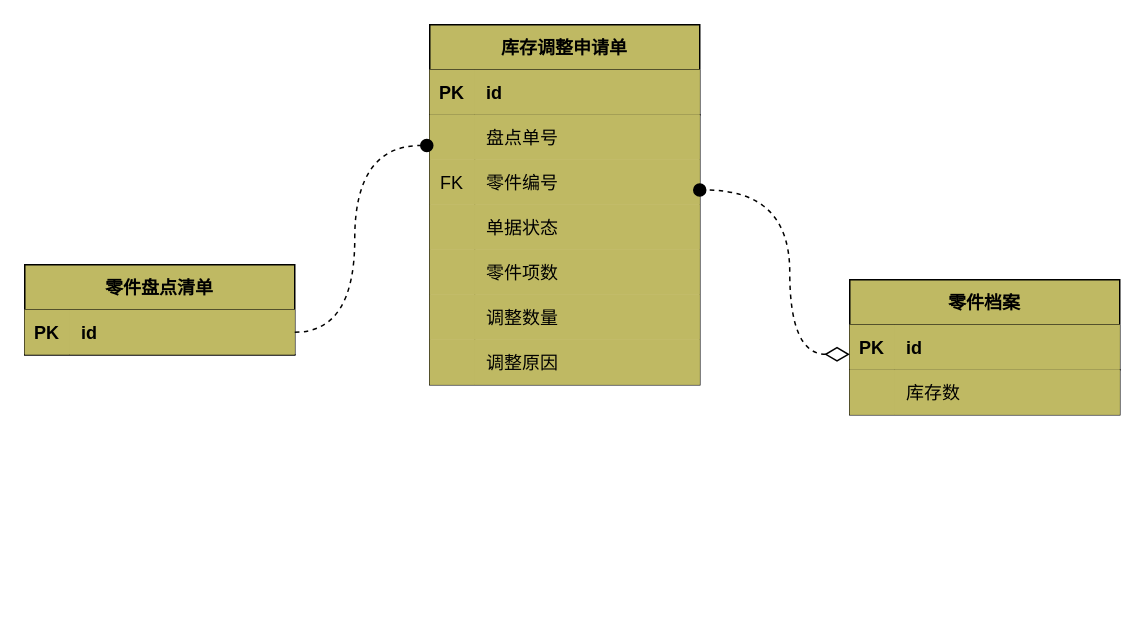
The draw.io diagram page "库存调整申请单-聚合根" (4 of 4) of 库存调整申请单.drawio in 1132489442/gitRepository1, before the edit. Source tidied: cells renumbered, new cells numbered last; positions are measured from the earlier drawing's top-left corner, leaving out a move shared by most shapes. Both pictures are drawn from the tidied source at 150%, with x=0, y=0 at pixel (24, 24).
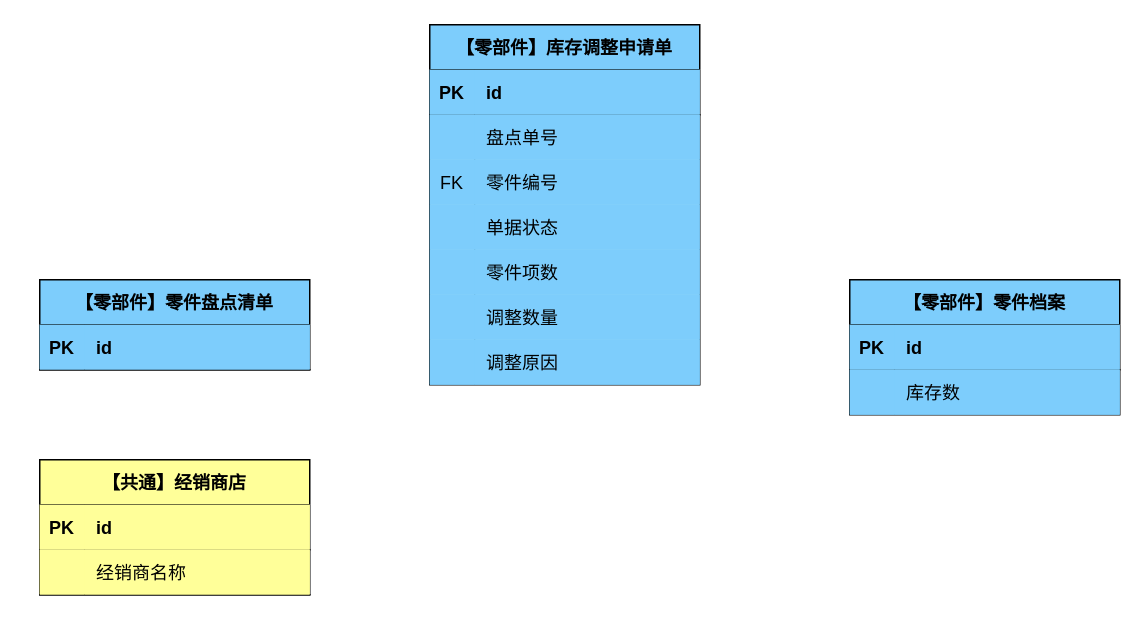
Above is the later version.

The edit, as a diff of the source:
```diff
@@
-    <mxCell id="2" value="库存调整申请单" style="shape=table;startSize=30;childLayout=tableLayout;rowLines=0;fontStyle=1;align=center;fillColor=#BFB963;" parent="1" vertex="1">
+    <mxCell id="2" value="【零部件】库存调整申请单" style="shape=table;startSize=30;childLayout=tableLayout;rowLines=0;fontStyle=1;align=center;fillColor=#7DCDFC;" parent="1" vertex="1">
       <mxGeometry x="270" width="180" height="240" as="geometry" />
     </mxCell>
-    <mxCell id="3" style="shape=tableRow;horizontal=0;startSize=0;swimlaneHead=0;swimlaneBody=0;fillColor=#BFB963;top=0;left=0;right=0;bottom=1;" parent="2" vertex="1">
+    <mxCell id="3" style="shape=tableRow;horizontal=0;startSize=0;swimlaneHead=0;swimlaneBody=0;fillColor=#7DCDFC;top=0;left=0;right=0;bottom=1;" parent="2" vertex="1">
       <mxGeometry y="30" width="180" height="30" as="geometry" />
     </mxCell>
-    <mxCell id="4" value="PK" style="shape=partialRectangle;fillColor=#BFB963;top=0;left=0;bottom=0;right=0;fontStyle=1;overflow=hidden;" parent="3" vertex="1">
+    <mxCell id="4" value="PK" style="shape=partialRectangle;fillColor=#7DCDFC;top=0;left=0;bottom=0;right=0;fontStyle=1;overflow=hidden;" parent="3" vertex="1">
       <mxGeometry width="30" height="30" as="geometry" />
     </mxCell>
-    <mxCell id="5" value="id" style="shape=partialRectangle;fillColor=#BFB963;top=0;left=0;bottom=0;right=0;align=left;spacingLeft=6;fontStyle=1;overflow=hidden;" parent="3" vertex="1">
+    <mxCell id="5" value="id" style="shape=partialRectangle;fillColor=#7DCDFC;top=0;left=0;bottom=0;right=0;align=left;spacingLeft=6;fontStyle=1;overflow=hidden;" parent="3" vertex="1">
       <mxGeometry x="30" width="150" height="30" as="geometry" />
     </mxCell>
-    <mxCell id="6" style="shape=tableRow;horizontal=0;startSize=0;swimlaneHead=0;swimlaneBody=0;fillColor=#BFB963;points=[[0,0.5],[1,0.5]];portConstraint=eastwest;top=0;left=0;right=0;bottom=0;" parent="2" vertex="1">
+    <mxCell id="6" style="shape=tableRow;horizontal=0;startSize=0;swimlaneHead=0;swimlaneBody=0;fillColor=#7DCDFC;points=[[0,0.5],[1,0.5]];portConstraint=eastwest;top=0;left=0;right=0;bottom=0;" parent="2" vertex="1">
       <mxGeometry y="60" width="180" height="30" as="geometry" />
     </mxCell>
-    <mxCell id="7" style="shape=partialRectangle;fillColor=#BFB963;top=0;left=0;bottom=0;right=0;overflow=hidden;" parent="6" vertex="1">
+    <mxCell id="7" style="shape=partialRectangle;fillColor=#7DCDFC;top=0;left=0;bottom=0;right=0;overflow=hidden;" parent="6" vertex="1">
       <mxGeometry width="30" height="30" as="geometry" />
     </mxCell>
-    <mxCell id="8" value="盘点单号" style="shape=partialRectangle;fillColor=#BFB963;top=0;left=0;bottom=0;right=0;align=left;spacingLeft=6;overflow=hidden;" parent="6" vertex="1">
+    <mxCell id="8" value="盘点单号" style="shape=partialRectangle;fillColor=#7DCDFC;top=0;left=0;bottom=0;right=0;align=left;spacingLeft=6;overflow=hidden;" parent="6" vertex="1">
       <mxGeometry x="30" width="150" height="30" as="geometry" />
     </mxCell>
-    <mxCell id="9" style="shape=tableRow;horizontal=0;startSize=0;swimlaneHead=0;swimlaneBody=0;fillColor=#BFB963;top=0;left=0;right=0;bottom=0;" parent="2" vertex="1">
+    <mxCell id="9" style="shape=tableRow;horizontal=0;startSize=0;swimlaneHead=0;swimlaneBody=0;fillColor=#7DCDFC;top=0;left=0;right=0;bottom=0;" parent="2" vertex="1">
       <mxGeometry y="90" width="180" height="30" as="geometry" />
     </mxCell>
-    <mxCell id="10" value="FK" style="shape=partialRectangle;fillColor=#BFB963;top=0;left=0;bottom=0;right=0;overflow=hidden;" parent="9" vertex="1">
+    <mxCell id="10" value="FK" style="shape=partialRectangle;fillColor=#7DCDFC;top=0;left=0;bottom=0;right=0;overflow=hidden;" parent="9" vertex="1">
       <mxGeometry width="30" height="30" as="geometry" />
     </mxCell>
-    <mxCell id="11" value="零件编号" style="shape=partialRectangle;fillColor=#BFB963;top=0;left=0;bottom=0;right=0;align=left;spacingLeft=6;overflow=hidden;" parent="9" vertex="1">
+    <mxCell id="11" value="零件编号" style="shape=partialRectangle;fillColor=#7DCDFC;top=0;left=0;bottom=0;right=0;align=left;spacingLeft=6;overflow=hidden;" parent="9" vertex="1">
       <mxGeometry x="30" width="150" height="30" as="geometry" />
     </mxCell>
-    <mxCell id="12" style="shape=tableRow;horizontal=0;startSize=0;swimlaneHead=0;swimlaneBody=0;fillColor=#BFB963;top=0;left=0;right=0;bottom=0;" parent="2" vertex="1">
+    <mxCell id="12" style="shape=tableRow;horizontal=0;startSize=0;swimlaneHead=0;swimlaneBody=0;fillColor=#7DCDFC;top=0;left=0;right=0;bottom=0;" parent="2" vertex="1">
       <mxGeometry y="120" width="180" height="30" as="geometry" />
     </mxCell>
-    <mxCell id="13" style="shape=partialRectangle;fillColor=#BFB963;top=0;left=0;bottom=0;right=0;overflow=hidden;" parent="12" vertex="1">
+    <mxCell id="13" style="shape=partialRectangle;fillColor=#7DCDFC;top=0;left=0;bottom=0;right=0;overflow=hidden;" parent="12" vertex="1">
       <mxGeometry width="30" height="30" as="geometry" />
     </mxCell>
-    <mxCell id="14" value="单据状态" style="shape=partialRectangle;fillColor=#BFB963;top=0;left=0;bottom=0;right=0;align=left;spacingLeft=6;overflow=hidden;" parent="12" vertex="1">
+    <mxCell id="14" value="单据状态" style="shape=partialRectangle;fillColor=#7DCDFC;top=0;left=0;bottom=0;right=0;align=left;spacingLeft=6;overflow=hidden;" parent="12" vertex="1">
       <mxGeometry x="30" width="150" height="30" as="geometry" />
     </mxCell>
-    <mxCell id="15" style="shape=tableRow;horizontal=0;startSize=0;swimlaneHead=0;swimlaneBody=0;fillColor=#BFB963;top=0;left=0;right=0;bottom=0;" parent="2" vertex="1">
+    <mxCell id="15" style="shape=tableRow;horizontal=0;startSize=0;swimlaneHead=0;swimlaneBody=0;fillColor=#7DCDFC;top=0;left=0;right=0;bottom=0;" parent="2" vertex="1">
       <mxGeometry y="150" width="180" height="30" as="geometry" />
     </mxCell>
-    <mxCell id="16" style="shape=partialRectangle;fillColor=#BFB963;top=0;left=0;bottom=0;right=0;overflow=hidden;" parent="15" vertex="1">
+    <mxCell id="16" style="shape=partialRectangle;fillColor=#7DCDFC;top=0;left=0;bottom=0;right=0;overflow=hidden;" parent="15" vertex="1">
       <mxGeometry width="30" height="30" as="geometry" />
     </mxCell>
-    <mxCell id="17" value="零件项数" style="shape=partialRectangle;fillColor=#BFB963;top=0;left=0;bottom=0;right=0;align=left;spacingLeft=6;overflow=hidden;" parent="15" vertex="1">
+    <mxCell id="17" value="零件项数" style="shape=partialRectangle;fillColor=#7DCDFC;top=0;left=0;bottom=0;right=0;align=left;spacingLeft=6;overflow=hidden;" parent="15" vertex="1">
       <mxGeometry x="30" width="150" height="30" as="geometry" />
     </mxCell>
-    <mxCell id="18" style="shape=tableRow;horizontal=0;startSize=0;swimlaneHead=0;swimlaneBody=0;fillColor=#BFB963;top=0;left=0;right=0;bottom=0;" parent="2" vertex="1">
+    <mxCell id="18" style="shape=tableRow;horizontal=0;startSize=0;swimlaneHead=0;swimlaneBody=0;fillColor=#7DCDFC;top=0;left=0;right=0;bottom=0;" parent="2" vertex="1">
       <mxGeometry y="180" width="180" height="30" as="geometry" />
     </mxCell>
-    <mxCell id="19" style="shape=partialRectangle;fillColor=#BFB963;top=0;left=0;bottom=0;right=0;overflow=hidden;" parent="18" vertex="1">
+    <mxCell id="19" style="shape=partialRectangle;fillColor=#7DCDFC;top=0;left=0;bottom=0;right=0;overflow=hidden;" parent="18" vertex="1">
       <mxGeometry width="30" height="30" as="geometry" />
     </mxCell>
-    <mxCell id="20" value="调整数量" style="shape=partialRectangle;fillColor=#BFB963;top=0;left=0;bottom=0;right=0;align=left;spacingLeft=6;overflow=hidden;" parent="18" vertex="1">
+    <mxCell id="20" value="调整数量" style="shape=partialRectangle;fillColor=#7DCDFC;top=0;left=0;bottom=0;right=0;align=left;spacingLeft=6;overflow=hidden;" parent="18" vertex="1">
       <mxGeometry x="30" width="150" height="30" as="geometry" />
     </mxCell>
-    <mxCell id="21" style="shape=tableRow;horizontal=0;startSize=0;swimlaneHead=0;swimlaneBody=0;fillColor=#BFB963;top=0;left=0;right=0;bottom=0;" parent="2" vertex="1">
+    <mxCell id="21" style="shape=tableRow;horizontal=0;startSize=0;swimlaneHead=0;swimlaneBody=0;fillColor=#7DCDFC;top=0;left=0;right=0;bottom=0;" parent="2" vertex="1">
       <mxGeometry y="210" width="180" height="30" as="geometry" />
     </mxCell>
-    <mxCell id="22" style="shape=partialRectangle;fillColor=#BFB963;top=0;left=0;bottom=0;right=0;overflow=hidden;" parent="21" vertex="1">
+    <mxCell id="22" style="shape=partialRectangle;fillColor=#7DCDFC;top=0;left=0;bottom=0;right=0;overflow=hidden;" parent="21" vertex="1">
       <mxGeometry width="30" height="30" as="geometry" />
     </mxCell>
-    <mxCell id="23" value="调整原因" style="shape=partialRectangle;fillColor=#BFB963;top=0;left=0;bottom=0;right=0;align=left;spacingLeft=6;overflow=hidden;" parent="21" vertex="1">
+    <mxCell id="23" value="调整原因" style="shape=partialRectangle;fillColor=#7DCDFC;top=0;left=0;bottom=0;right=0;align=left;spacingLeft=6;overflow=hidden;" parent="21" vertex="1">
       <mxGeometry x="30" width="150" height="30" as="geometry" />
     </mxCell>
-    <mxCell id="24" value="零件档案" style="shape=table;startSize=30;childLayout=tableLayout;rowLines=0;fontStyle=1;align=center;fillColor=#BFB963;" parent="1" vertex="1">
+    <mxCell id="24" value="【零部件】零件档案" style="shape=table;startSize=30;childLayout=tableLayout;rowLines=0;fontStyle=1;align=center;fillColor=#7DCDFC;" parent="1" vertex="1">
       <mxGeometry x="550" y="170" width="180" height="90" as="geometry" />
     </mxCell>
-    <mxCell id="25" style="shape=tableRow;horizontal=0;startSize=0;swimlaneHead=0;swimlaneBody=0;fillColor=#BFB963;points=[[0,0.5],[1,0.5]];portConstraint=eastwest;top=0;left=0;right=0;bottom=1;" parent="24" vertex="1">
+    <mxCell id="25" style="shape=tableRow;horizontal=0;startSize=0;swimlaneHead=0;swimlaneBody=0;fillColor=#7DCDFC;points=[[0,0.5],[1,0.5]];portConstraint=eastwest;top=0;left=0;right=0;bottom=1;" parent="24" vertex="1">
       <mxGeometry y="30" width="180" height="30" as="geometry" />
     </mxCell>
-    <mxCell id="26" value="PK" style="shape=partialRectangle;fillColor=#BFB963;top=0;left=0;bottom=0;right=0;fontStyle=1;overflow=hidden;" parent="25" vertex="1">
+    <mxCell id="26" value="PK" style="shape=partialRectangle;fillColor=#7DCDFC;top=0;left=0;bottom=0;right=0;fontStyle=1;overflow=hidden;" parent="25" vertex="1">
       <mxGeometry width="30" height="30" as="geometry" />
     </mxCell>
-    <mxCell id="27" value="id" style="shape=partialRectangle;fillColor=#BFB963;top=0;left=0;bottom=0;right=0;align=left;spacingLeft=6;fontStyle=1;overflow=hidden;" parent="25" vertex="1">
+    <mxCell id="27" value="id" style="shape=partialRectangle;fillColor=#7DCDFC;top=0;left=0;bottom=0;right=0;align=left;spacingLeft=6;fontStyle=1;overflow=hidden;" parent="25" vertex="1">
       <mxGeometry x="30" width="150" height="30" as="geometry" />
     </mxCell>
-    <mxCell id="28" style="shape=tableRow;horizontal=0;startSize=0;swimlaneHead=0;swimlaneBody=0;fillColor=#BFB963;top=0;left=0;right=0;bottom=0;" parent="24" vertex="1">
+    <mxCell id="28" style="shape=tableRow;horizontal=0;startSize=0;swimlaneHead=0;swimlaneBody=0;fillColor=#7DCDFC;top=0;left=0;right=0;bottom=0;" parent="24" vertex="1">
       <mxGeometry y="60" width="180" height="30" as="geometry" />
     </mxCell>
-    <mxCell id="29" style="shape=partialRectangle;fillColor=#BFB963;top=0;left=0;bottom=0;right=0;overflow=hidden;" parent="28" vertex="1">
+    <mxCell id="29" style="shape=partialRectangle;fillColor=#7DCDFC;top=0;left=0;bottom=0;right=0;overflow=hidden;" parent="28" vertex="1">
       <mxGeometry width="30" height="30" as="geometry" />
     </mxCell>
-    <mxCell id="30" value="库存数" style="shape=partialRectangle;fillColor=#BFB963;top=0;left=0;bottom=0;right=0;align=left;spacingLeft=6;overflow=hidden;" parent="28" vertex="1">
+    <mxCell id="30" value="库存数" style="shape=partialRectangle;fillColor=#7DCDFC;top=0;left=0;bottom=0;right=0;align=left;spacingLeft=6;overflow=hidden;" parent="28" vertex="1">
       <mxGeometry x="30" width="150" height="30" as="geometry" />
     </mxCell>
-    <mxCell id="31" value="零件盘点清单" style="shape=table;startSize=30;childLayout=tableLayout;rowLines=0;fontStyle=1;align=center;fillColor=#BFB963;" parent="1" vertex="1">
-      <mxGeometry y="160" width="180" height="60" as="geometry" />
+    <mxCell id="31" value="【零部件】零件盘点清单" style="shape=table;startSize=30;childLayout=tableLayout;rowLines=0;fontStyle=1;align=center;fillColor=#7DCDFC;" parent="1" vertex="1">
+      <mxGeometry x="10" y="170" width="180" height="60" as="geometry" />
     </mxCell>
-    <mxCell id="32" style="shape=tableRow;horizontal=0;startSize=0;swimlaneHead=0;swimlaneBody=0;fillColor=#BFB963;points=[[0,0.5],[1,0.5]];portConstraint=eastwest;top=0;left=0;right=0;bottom=1;" parent="31" vertex="1">
+    <mxCell id="32" style="shape=tableRow;horizontal=0;startSize=0;swimlaneHead=0;swimlaneBody=0;fillColor=#7DCDFC;points=[[0,0.5],[1,0.5]];portConstraint=eastwest;top=0;left=0;right=0;bottom=1;" parent="31" vertex="1">
       <mxGeometry y="30" width="180" height="30" as="geometry" />
     </mxCell>
-    <mxCell id="33" value="PK" style="shape=partialRectangle;fillColor=#BFB963;top=0;left=0;bottom=0;right=0;fontStyle=1;overflow=hidden;" parent="32" vertex="1">
+    <mxCell id="33" value="PK" style="shape=partialRectangle;fillColor=#7DCDFC;top=0;left=0;bottom=0;right=0;fontStyle=1;overflow=hidden;" parent="32" vertex="1">
       <mxGeometry width="30" height="30" as="geometry" />
     </mxCell>
-    <mxCell id="34" value="id" style="shape=partialRectangle;fillColor=#BFB963;top=0;left=0;bottom=0;right=0;align=left;spacingLeft=6;fontStyle=1;overflow=hidden;" parent="32" vertex="1">
+    <mxCell id="34" value="id" style="shape=partialRectangle;fillColor=#7DCDFC;top=0;left=0;bottom=0;right=0;align=left;spacingLeft=6;fontStyle=1;overflow=hidden;" parent="32" vertex="1">
       <mxGeometry x="30" width="150" height="30" as="geometry" />
     </mxCell>
-    <mxCell id="35" style="endArrow=oval;html=1;endSize=8;startArrow=diamondThin;startSize=14;startFill=0;rounded=0;dashed=1;endFill=1;edgeStyle=orthogonalEdgeStyle;curved=1;exitX=0;exitY=0.657;exitDx=0;exitDy=0;exitPerimeter=0;" parent="1" edge="1" source="25">
-      <mxGeometry relative="1" as="geometry">
-        <mxPoint x="450" y="110.2" as="targetPoint" />
-        <Array as="points">
-          <mxPoint x="510" y="220" />
-          <mxPoint x="510" y="110" />
-        </Array>
-      </mxGeometry>
-    </mxCell>
-    <mxCell id="36" style="endArrow=oval;html=1;endSize=8;startArrow=none;startSize=14;startFill=0;rounded=0;dashed=1;endFill=1;edgeStyle=orthogonalEdgeStyle;curved=1;entryX=-0.011;entryY=0.684;entryDx=0;entryDy=0;entryPerimeter=0;exitX=1;exitY=0.5;exitDx=0;exitDy=0;" parent="1" edge="1" source="32" target="6">
-      <mxGeometry relative="1" as="geometry">
-        <Array as="points">
-          <mxPoint x="220" y="205" />
-          <mxPoint x="220" y="80" />
-        </Array>
-      </mxGeometry>
-    </mxCell>
+    <mxCell id="37" value="【共通】经销商店" style="shape=table;startSize=30;childLayout=tableLayout;rowLines=0;fontStyle=1;align=center;fillColor=#FFFF99;" parent="1" vertex="1">
+      <mxGeometry x="10" y="290" width="180" height="90" as="geometry" />
+    </mxCell>
+    <mxCell id="38" style="shape=tableRow;horizontal=0;startSize=0;swimlaneHead=0;swimlaneBody=0;fillColor=#FFFF99;top=0;left=0;right=0;bottom=1;" parent="37" vertex="1">
+      <mxGeometry y="30" width="180" height="30" as="geometry" />
+    </mxCell>
+    <mxCell id="39" value="PK" style="shape=partialRectangle;fillColor=#FFFF99;top=0;left=0;bottom=0;right=0;fontStyle=1;overflow=hidden;" parent="38" vertex="1">
+      <mxGeometry width="30" height="30" as="geometry" />
+    </mxCell>
+    <mxCell id="40" value="id" style="shape=partialRectangle;fillColor=#FFFF99;top=0;left=0;bottom=0;right=0;align=left;spacingLeft=6;fontStyle=1;overflow=hidden;" parent="38" vertex="1">
+      <mxGeometry x="30" width="150" height="30" as="geometry" />
+    </mxCell>
+    <mxCell id="41" style="shape=tableRow;horizontal=0;startSize=0;swimlaneHead=0;swimlaneBody=0;fillColor=#FFFF99;top=0;left=0;right=0;bottom=1;" parent="37" vertex="1">
+      <mxGeometry y="60" width="180" height="30" as="geometry" />
+    </mxCell>
+    <mxCell id="42" style="shape=partialRectangle;fillColor=#FFFF99;top=0;left=0;bottom=0;right=0;fontStyle=1;overflow=hidden;" parent="41" vertex="1">
+      <mxGeometry width="30" height="30" as="geometry" />
+    </mxCell>
+    <mxCell id="43" value="经销商名称" style="shape=partialRectangle;fillColor=#FFFF99;top=0;left=0;bottom=0;right=0;align=left;spacingLeft=6;fontStyle=0;overflow=hidden;" parent="41" vertex="1">
+      <mxGeometry x="30" width="150" height="30" as="geometry" />
+    </mxCell>
```
